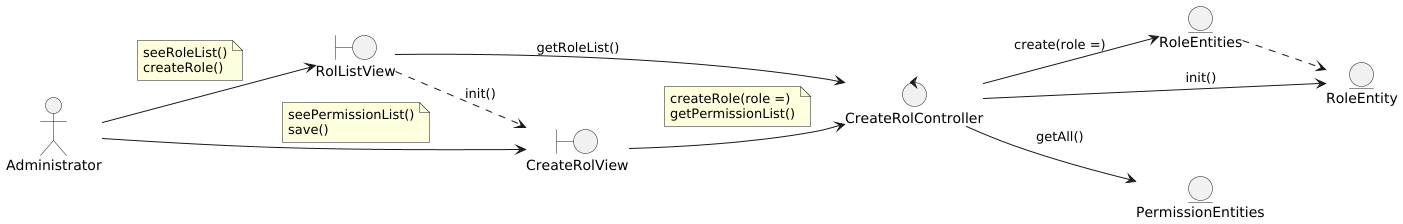
wsmcbl/wsmcbl.doc keeps this PlantUML diagram as out/DesignView/AnalysisView/UseCaseAnalysis/Collaboration.CU71.Analysis.png. Above is the earlier version.
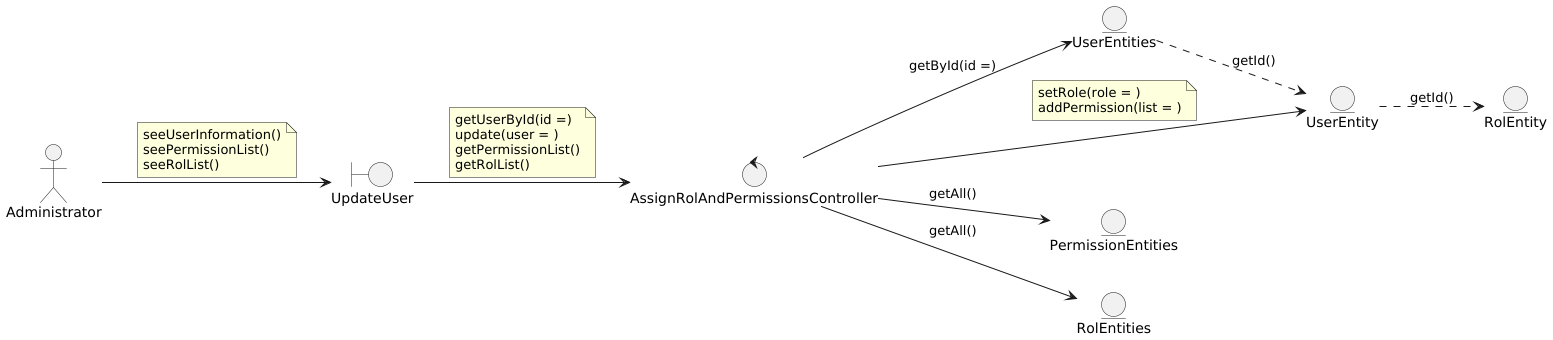
Above is the later version.

The edit, as a diff of the source:
```diff
@@ -3,38 +3,41 @@
 
 actor Administrator
 
-boundary RolListView
-boundary CreateRolView
+boundary UpdateUser
 
-control CreateRolController
+control AssignRolAndPermissionsController
 
-entity RoleEntities
-entity RoleEntity
+entity UserEntities
+entity UserEntity
 entity PermissionEntities
+entity RolEntities
+entity RolEntity
 
-Administrator --> RolListView
+Administrator --> UpdateUser
 note on link
-    seeRoleList()
-    createRole()
-end note
-Administrator --> CreateRolView
-note on link
+    seeUserInformation()
     seePermissionList()
-    save()
+    seeRolList()
 end note
 
-RolListView ..> CreateRolView : init()
-RolListView --> CreateRolController : getRoleList()
-CreateRolView --> CreateRolController
+UpdateUser --> AssignRolAndPermissionsController
 note on link
-    createRole(role =)
+    getUserById(id =)
+    update(user = )
     getPermissionList()
+    getRolList()
 end note
 
-CreateRolController --> RoleEntities : create(role =)
-CreateRolController --> RoleEntity : init()
-CreateRolController --> PermissionEntities : getAll()
+AssignRolAndPermissionsController --> UserEntities : getById(id =)
+AssignRolAndPermissionsController --> UserEntity
+note on link
+    setRole(role = )
+    addPermission(list = )
+end note
+AssignRolAndPermissionsController --> PermissionEntities : getAll()
+AssignRolAndPermissionsController --> RolEntities : getAll()
 
-RoleEntities ..> RoleEntity
+UserEntities ..> UserEntity : getId()
+UserEntity ..> RolEntity : getId()
 
 @enduml
```
